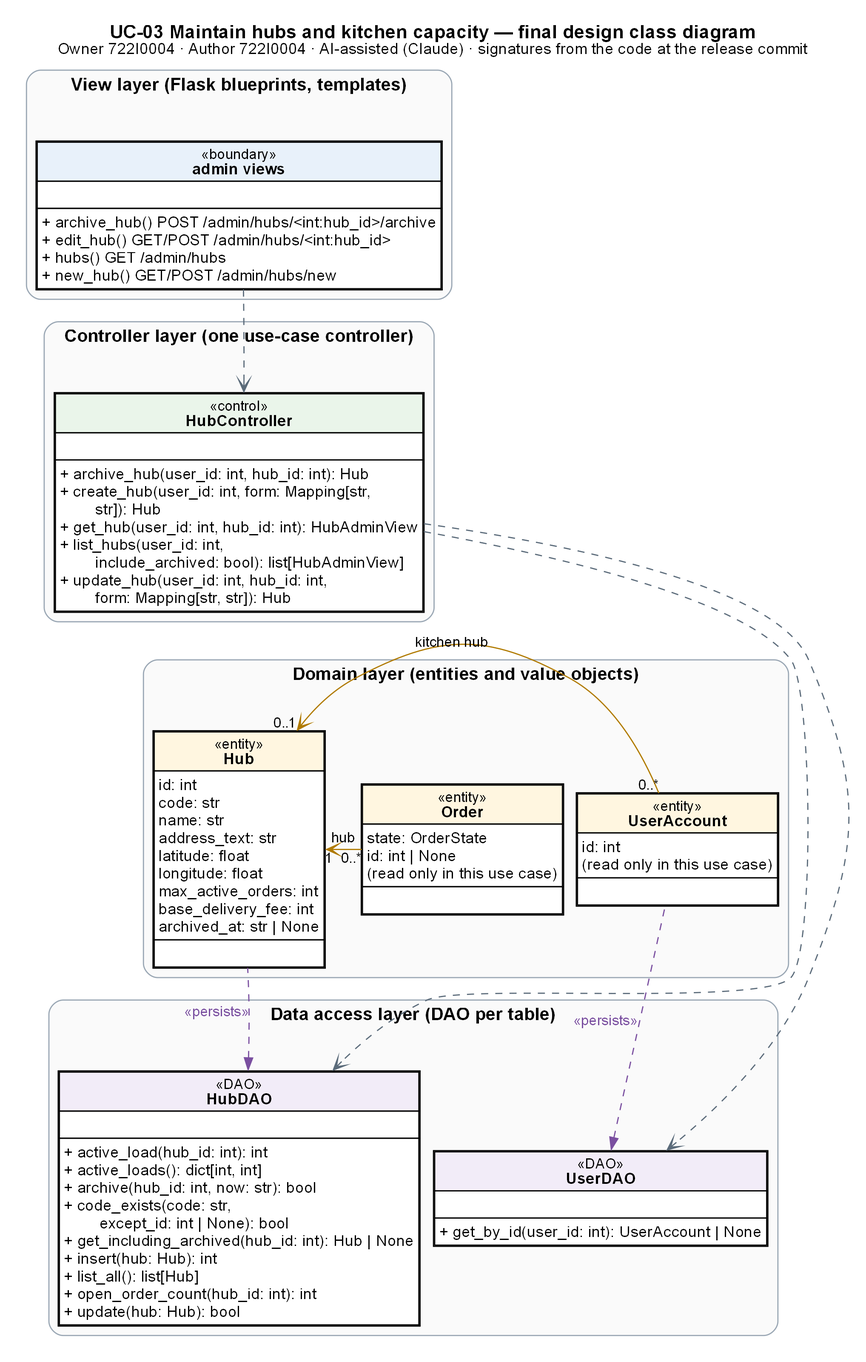
Before: models/UC-03/dcd_uc03_final_overview.png, a diagram exported from Graphviz (Dat071104/SaigonBite). Its source is kept beside it as models/UC-03/dcd_uc03_final_overview.dot. Source of this version:
```dot
digraph G {
graph [rankdir=TB, nodesep=0.15, ranksep=0.5, fontname="Arial", fontsize=16, pad=0.2, dpi=200];
node [shape=plain, fontname="Arial", fontsize=13];
edge [fontname="Arial", fontsize=12];
labelloc="t"; label=<<B>UC-03 Maintain hubs and kitchen capacity — final design class diagram</B><BR/><FONT POINT-SIZE="13">Owner 722I0004 · Author 722I0004 · AI-assisted (Claude) · signatures from the code at the release commit</FONT>>;
subgraph cluster_view { label=<<B>View layer (Flask blueprints, templates)</B>>; style="rounded,filled"; fillcolor="#FAFAFA"; color="#9AA7B4"; fontsize=15;
  { rank=same; "bp_admin"; }
  "bp_admin" [label=<<TABLE BORDER="1" CELLBORDER="1" CELLSPACING="0" CELLPADDING="3" BGCOLOR="white"><TR><TD BGCOLOR="#E8F1FA" BALIGN="CENTER"><FONT POINT-SIZE="12">«boundary»</FONT><BR/><B>admin views</B></TD></TR><TR><TD ALIGN="LEFT" BALIGN="LEFT"> </TD></TR><TR><TD ALIGN="LEFT" BALIGN="LEFT">+ archive_hub() POST /admin/hubs/&lt;int:hub_id&gt;/archive<BR ALIGN="LEFT"/>+ edit_hub() GET/POST /admin/hubs/&lt;int:hub_id&gt;<BR ALIGN="LEFT"/>+ hubs() GET /admin/hubs<BR ALIGN="LEFT"/>+ new_hub() GET/POST /admin/hubs/new<BR ALIGN="LEFT"/></TD></TR></TABLE>>];
}
subgraph cluster_controller { label=<<B>Controller layer (one use-case controller)</B>>; style="rounded,filled"; fillcolor="#FAFAFA"; color="#9AA7B4"; fontsize=15;
  { rank=same; "HubController"; }
  "HubController" [label=<<TABLE BORDER="1" CELLBORDER="1" CELLSPACING="0" CELLPADDING="3" BGCOLOR="white"><TR><TD BGCOLOR="#EAF5EA" BALIGN="CENTER"><FONT POINT-SIZE="12">«control»</FONT><BR/><B>HubController</B></TD></TR><TR><TD ALIGN="LEFT" BALIGN="LEFT"> </TD></TR><TR><TD ALIGN="LEFT" BALIGN="LEFT">+ archive_hub(user_id: int, hub_id: int): Hub<BR ALIGN="LEFT"/>+ create_hub(user_id: int, form: Mapping[str,<BR ALIGN="LEFT"/>        str]): Hub<BR ALIGN="LEFT"/>+ get_hub(user_id: int, hub_id: int): HubAdminView<BR ALIGN="LEFT"/>+ list_hubs(user_id: int,<BR ALIGN="LEFT"/>        include_archived: bool): list[HubAdminView]<BR ALIGN="LEFT"/>+ update_hub(user_id: int, hub_id: int,<BR ALIGN="LEFT"/>        form: Mapping[str, str]): Hub<BR ALIGN="LEFT"/></TD></TR></TABLE>>];
}
subgraph cluster_domain { label=<<B>Domain layer (entities and value objects)</B>>; style="rounded,filled"; fillcolor="#FAFAFA"; color="#9AA7B4"; fontsize=15;
  { rank=same; "Hub"; "Order"; "UserAccount"; }
  "Hub" [label=<<TABLE BORDER="1" CELLBORDER="1" CELLSPACING="0" CELLPADDING="3" BGCOLOR="white"><TR><TD BGCOLOR="#FFF6E0" BALIGN="CENTER"><FONT POINT-SIZE="12">«entity»</FONT><BR/><B>Hub</B></TD></TR><TR><TD ALIGN="LEFT" BALIGN="LEFT">id: int<BR ALIGN="LEFT"/>code: str<BR ALIGN="LEFT"/>name: str<BR ALIGN="LEFT"/>address_text: str<BR ALIGN="LEFT"/>latitude: float<BR ALIGN="LEFT"/>longitude: float<BR ALIGN="LEFT"/>max_active_orders: int<BR ALIGN="LEFT"/>base_delivery_fee: int<BR ALIGN="LEFT"/>archived_at: str | None<BR ALIGN="LEFT"/></TD></TR><TR><TD ALIGN="LEFT" BALIGN="LEFT"> </TD></TR></TABLE>>];
  "Order" [label=<<TABLE BORDER="1" CELLBORDER="1" CELLSPACING="0" CELLPADDING="3" BGCOLOR="white"><TR><TD BGCOLOR="#FFF6E0" BALIGN="CENTER"><FONT POINT-SIZE="12">«entity»</FONT><BR/><B>Order</B></TD></TR><TR><TD ALIGN="LEFT" BALIGN="LEFT">state: OrderState<BR ALIGN="LEFT"/>id: int | None<BR ALIGN="LEFT"/>(read only in this use case)<BR ALIGN="LEFT"/></TD></TR><TR><TD ALIGN="LEFT" BALIGN="LEFT"> </TD></TR></TABLE>>];
  "UserAccount" [label=<<TABLE BORDER="1" CELLBORDER="1" CELLSPACING="0" CELLPADDING="3" BGCOLOR="white"><TR><TD BGCOLOR="#FFF6E0" BALIGN="CENTER"><FONT POINT-SIZE="12">«entity»</FONT><BR/><B>UserAccount</B></TD></TR><TR><TD ALIGN="LEFT" BALIGN="LEFT">id: int<BR ALIGN="LEFT"/>(read only in this use case)<BR ALIGN="LEFT"/></TD></TR><TR><TD ALIGN="LEFT" BALIGN="LEFT"> </TD></TR></TABLE>>];
}
subgraph cluster_dao { label=<<B>Data access layer (DAO per table)</B>>; style="rounded,filled"; fillcolor="#FAFAFA"; color="#9AA7B4"; fontsize=15;
  { rank=same; "HubDAO"; "UserDAO"; }
  "HubDAO" [label=<<TABLE BORDER="1" CELLBORDER="1" CELLSPACING="0" CELLPADDING="3" BGCOLOR="white"><TR><TD BGCOLOR="#F2ECF8" BALIGN="CENTER"><FONT POINT-SIZE="12">«DAO»</FONT><BR/><B>HubDAO</B></TD></TR><TR><TD ALIGN="LEFT" BALIGN="LEFT"> </TD></TR><TR><TD ALIGN="LEFT" BALIGN="LEFT">+ active_load(hub_id: int): int<BR ALIGN="LEFT"/>+ active_loads(): dict[int, int]<BR ALIGN="LEFT"/>+ archive(hub_id: int, now: str): bool<BR ALIGN="LEFT"/>+ code_exists(code: str,<BR ALIGN="LEFT"/>        except_id: int | None): bool<BR ALIGN="LEFT"/>+ get_including_archived(hub_id: int): Hub | None<BR ALIGN="LEFT"/>+ insert(hub: Hub): int<BR ALIGN="LEFT"/>+ list_all(): list[Hub]<BR ALIGN="LEFT"/>+ open_order_count(hub_id: int): int<BR ALIGN="LEFT"/>+ update(hub: Hub): bool<BR ALIGN="LEFT"/></TD></TR></TABLE>>];
  "UserDAO" [label=<<TABLE BORDER="1" CELLBORDER="1" CELLSPACING="0" CELLPADDING="3" BGCOLOR="white"><TR><TD BGCOLOR="#F2ECF8" BALIGN="CENTER"><FONT POINT-SIZE="12">«DAO»</FONT><BR/><B>UserDAO</B></TD></TR><TR><TD ALIGN="LEFT" BALIGN="LEFT"> </TD></TR><TR><TD ALIGN="LEFT" BALIGN="LEFT">+ get_by_id(user_id: int): UserAccount | None<BR ALIGN="LEFT"/></TD></TR></TABLE>>];
}
"bp_admin" -> "HubController" [style=invis, weight=5];
"HubController" -> "Hub" [style=invis, weight=5];
"Hub" -> "HubDAO" [style=invis, weight=5];
"HubController" -> "HubDAO" [style=dashed, arrowhead=vee, color="#5B6B7A"];
"HubController" -> "UserDAO" [style=dashed, arrowhead=vee, color="#5B6B7A"];
"bp_admin" -> "HubController" [style=dashed, arrowhead=vee, color="#5B6B7A"];
"HubDAO" -> "Hub" [style=dashed, arrowhead=vee, dir=back, color="#7A4FA0", xlabel="«persists»", fontcolor="#7A4FA0", constraint=false];
"UserDAO" -> "UserAccount" [style=dashed, arrowhead=vee, dir=back, color="#7A4FA0", xlabel="«persists»", fontcolor="#7A4FA0", constraint=false];
"Order" -> "Hub" [arrowhead=vee, dir=both, arrowtail=none, taillabel="0..*", headlabel="1", label="hub", color="#B07A00", constraint=false];
"UserAccount" -> "Hub" [arrowhead=vee, dir=both, arrowtail=none, taillabel="0..*", headlabel="0..1", label="kitchen hub", color="#B07A00", constraint=false];
}
```
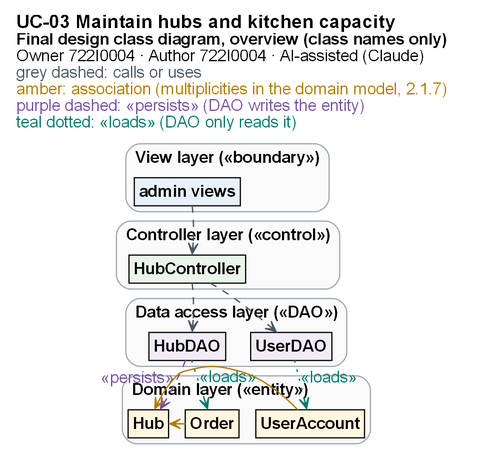
After the change.

What changed in the source:
```diff
@@ -1,35 +1,36 @@
 digraph G {
-graph [rankdir=TB, nodesep=0.15, ranksep=0.5, fontname="Arial", fontsize=16, pad=0.2, dpi=200];
-node [shape=plain, fontname="Arial", fontsize=13];
-edge [fontname="Arial", fontsize=12];
-labelloc="t"; label=<<B>UC-03 Maintain hubs and kitchen capacity — final design class diagram</B><BR/><FONT POINT-SIZE="13">Owner 722I0004 · Author 722I0004 · AI-assisted (Claude) · signatures from the code at the release commit</FONT>>;
-subgraph cluster_view { label=<<B>View layer (Flask blueprints, templates)</B>>; style="rounded,filled"; fillcolor="#FAFAFA"; color="#9AA7B4"; fontsize=15;
+graph [rankdir=TB, nodesep=0.2, ranksep=0.34, fontname="Arial", fontsize=14, pad=0.08, dpi=200, newrank=true];
+node [shape=plain, fontname="Arial", fontsize=14];
+edge [fontname="Arial", fontsize=14, arrowsize=0.9, penwidth=1.1];
+labelloc="t"; labeljust="l"; label=<<B><FONT POINT-SIZE="16">UC-03 Maintain hubs and kitchen capacity</FONT></B><BR ALIGN="LEFT"/><B><FONT POINT-SIZE="14">Final design class diagram, overview (class names only)</FONT></B><BR ALIGN="LEFT"/><FONT POINT-SIZE="14">Owner 722I0004 · Author 722I0004 · AI-assisted (Claude)</FONT><BR ALIGN="LEFT"/><FONT POINT-SIZE="14" COLOR="#4A5663">grey dashed: calls or uses</FONT>    <BR ALIGN="LEFT"/><FONT POINT-SIZE="14" COLOR="#B07A00">amber: association (multiplicities in the domain model, 2.1.7)</FONT>    <BR ALIGN="LEFT"/><FONT POINT-SIZE="14" COLOR="#7A4FA0">purple dashed: «persists» (DAO writes the entity)</FONT>    <BR ALIGN="LEFT"/><FONT POINT-SIZE="14" COLOR="#00796B">teal dotted: «loads» (DAO only reads it)</FONT>    <BR ALIGN="LEFT"/>>;
+subgraph cluster_view { label=<<B>View layer («boundary»)</B>>; labeljust="l"; style="rounded,filled"; fillcolor="#FAFAFA"; color="#9AA7B4"; fontsize=14; margin=5;
   { rank=same; "bp_admin"; }
-  "bp_admin" [label=<<TABLE BORDER="1" CELLBORDER="1" CELLSPACING="0" CELLPADDING="3" BGCOLOR="white"><TR><TD BGCOLOR="#E8F1FA" BALIGN="CENTER"><FONT POINT-SIZE="12">«boundary»</FONT><BR/><B>admin views</B></TD></TR><TR><TD ALIGN="LEFT" BALIGN="LEFT"> </TD></TR><TR><TD ALIGN="LEFT" BALIGN="LEFT">+ archive_hub() POST /admin/hubs/&lt;int:hub_id&gt;/archive<BR ALIGN="LEFT"/>+ edit_hub() GET/POST /admin/hubs/&lt;int:hub_id&gt;<BR ALIGN="LEFT"/>+ hubs() GET /admin/hubs<BR ALIGN="LEFT"/>+ new_hub() GET/POST /admin/hubs/new<BR ALIGN="LEFT"/></TD></TR></TABLE>>];
+  "bp_admin" [label=<<TABLE BORDER="1" CELLBORDER="0" CELLSPACING="0" CELLPADDING="3" BGCOLOR="#E8F1FA"><TR><TD><FONT POINT-SIZE="14"><B>admin views</B></FONT></TD></TR></TABLE>>];
 }
-subgraph cluster_controller { label=<<B>Controller layer (one use-case controller)</B>>; style="rounded,filled"; fillcolor="#FAFAFA"; color="#9AA7B4"; fontsize=15;
+subgraph cluster_controller { label=<<B>Controller layer («control»)</B>>; labeljust="l"; style="rounded,filled"; fillcolor="#FAFAFA"; color="#9AA7B4"; fontsize=14; margin=5;
   { rank=same; "HubController"; }
-  "HubController" [label=<<TABLE BORDER="1" CELLBORDER="1" CELLSPACING="0" CELLPADDING="3" BGCOLOR="white"><TR><TD BGCOLOR="#EAF5EA" BALIGN="CENTER"><FONT POINT-SIZE="12">«control»</FONT><BR/><B>HubController</B></TD></TR><TR><TD ALIGN="LEFT" BALIGN="LEFT"> </TD></TR><TR><TD ALIGN="LEFT" BALIGN="LEFT">+ archive_hub(user_id: int, hub_id: int): Hub<BR ALIGN="LEFT"/>+ create_hub(user_id: int, form: Mapping[str,<BR ALIGN="LEFT"/>        str]): Hub<BR ALIGN="LEFT"/>+ get_hub(user_id: int, hub_id: int): HubAdminView<BR ALIGN="LEFT"/>+ list_hubs(user_id: int,<BR ALIGN="LEFT"/>        include_archived: bool): list[HubAdminView]<BR ALIGN="LEFT"/>+ update_hub(user_id: int, hub_id: int,<BR ALIGN="LEFT"/>        form: Mapping[str, str]): Hub<BR ALIGN="LEFT"/></TD></TR></TABLE>>];
+  "HubController" [label=<<TABLE BORDER="1" CELLBORDER="0" CELLSPACING="0" CELLPADDING="3" BGCOLOR="#EAF5EA"><TR><TD><FONT POINT-SIZE="14"><B>HubController</B></FONT></TD></TR></TABLE>>];
 }
-subgraph cluster_domain { label=<<B>Domain layer (entities and value objects)</B>>; style="rounded,filled"; fillcolor="#FAFAFA"; color="#9AA7B4"; fontsize=15;
+"bp_admin" -> "HubController" [style=invis];
+subgraph cluster_dao { label=<<B>Data access layer («DAO»)</B>>; labeljust="l"; style="rounded,filled"; fillcolor="#FAFAFA"; color="#9AA7B4"; fontsize=14; margin=5;
+  { rank=same; "HubDAO"; "UserDAO"; }
+  "HubDAO" [label=<<TABLE BORDER="1" CELLBORDER="0" CELLSPACING="0" CELLPADDING="3" BGCOLOR="#F2ECF8"><TR><TD><FONT POINT-SIZE="14"><B>HubDAO</B></FONT></TD></TR></TABLE>>];
+  "UserDAO" [label=<<TABLE BORDER="1" CELLBORDER="0" CELLSPACING="0" CELLPADDING="3" BGCOLOR="#F2ECF8"><TR><TD><FONT POINT-SIZE="14"><B>UserDAO</B></FONT></TD></TR></TABLE>>];
+}
+"HubController" -> "HubDAO" [style=invis];
+subgraph cluster_domain { label=<<B>Domain layer («entity»)</B>>; labeljust="l"; style="rounded,filled"; fillcolor="#FAFAFA"; color="#9AA7B4"; fontsize=14; margin=5;
   { rank=same; "Hub"; "Order"; "UserAccount"; }
-  "Hub" [label=<<TABLE BORDER="1" CELLBORDER="1" CELLSPACING="0" CELLPADDING="3" BGCOLOR="white"><TR><TD BGCOLOR="#FFF6E0" BALIGN="CENTER"><FONT POINT-SIZE="12">«entity»</FONT><BR/><B>Hub</B></TD></TR><TR><TD ALIGN="LEFT" BALIGN="LEFT">id: int<BR ALIGN="LEFT"/>code: str<BR ALIGN="LEFT"/>name: str<BR ALIGN="LEFT"/>address_text: str<BR ALIGN="LEFT"/>latitude: float<BR ALIGN="LEFT"/>longitude: float<BR ALIGN="LEFT"/>max_active_orders: int<BR ALIGN="LEFT"/>base_delivery_fee: int<BR ALIGN="LEFT"/>archived_at: str | None<BR ALIGN="LEFT"/></TD></TR><TR><TD ALIGN="LEFT" BALIGN="LEFT"> </TD></TR></TABLE>>];
-  "Order" [label=<<TABLE BORDER="1" CELLBORDER="1" CELLSPACING="0" CELLPADDING="3" BGCOLOR="white"><TR><TD BGCOLOR="#FFF6E0" BALIGN="CENTER"><FONT POINT-SIZE="12">«entity»</FONT><BR/><B>Order</B></TD></TR><TR><TD ALIGN="LEFT" BALIGN="LEFT">state: OrderState<BR ALIGN="LEFT"/>id: int | None<BR ALIGN="LEFT"/>(read only in this use case)<BR ALIGN="LEFT"/></TD></TR><TR><TD ALIGN="LEFT" BALIGN="LEFT"> </TD></TR></TABLE>>];
-  "UserAccount" [label=<<TABLE BORDER="1" CELLBORDER="1" CELLSPACING="0" CELLPADDING="3" BGCOLOR="white"><TR><TD BGCOLOR="#FFF6E0" BALIGN="CENTER"><FONT POINT-SIZE="12">«entity»</FONT><BR/><B>UserAccount</B></TD></TR><TR><TD ALIGN="LEFT" BALIGN="LEFT">id: int<BR ALIGN="LEFT"/>(read only in this use case)<BR ALIGN="LEFT"/></TD></TR><TR><TD ALIGN="LEFT" BALIGN="LEFT"> </TD></TR></TABLE>>];
+  "Hub" [label=<<TABLE BORDER="1" CELLBORDER="0" CELLSPACING="0" CELLPADDING="3" BGCOLOR="#FFF6E0"><TR><TD><FONT POINT-SIZE="14"><B>Hub</B></FONT></TD></TR></TABLE>>];
+  "Order" [label=<<TABLE BORDER="1" CELLBORDER="0" CELLSPACING="0" CELLPADDING="3" BGCOLOR="#FFF6E0"><TR><TD><FONT POINT-SIZE="14"><B>Order</B></FONT></TD></TR></TABLE>>];
+  "UserAccount" [label=<<TABLE BORDER="1" CELLBORDER="0" CELLSPACING="0" CELLPADDING="3" BGCOLOR="#FFF6E0"><TR><TD><FONT POINT-SIZE="14"><B>UserAccount</B></FONT></TD></TR></TABLE>>];
 }
-subgraph cluster_dao { label=<<B>Data access layer (DAO per table)</B>>; style="rounded,filled"; fillcolor="#FAFAFA"; color="#9AA7B4"; fontsize=15;
-  { rank=same; "HubDAO"; "UserDAO"; }
-  "HubDAO" [label=<<TABLE BORDER="1" CELLBORDER="1" CELLSPACING="0" CELLPADDING="3" BGCOLOR="white"><TR><TD BGCOLOR="#F2ECF8" BALIGN="CENTER"><FONT POINT-SIZE="12">«DAO»</FONT><BR/><B>HubDAO</B></TD></TR><TR><TD ALIGN="LEFT" BALIGN="LEFT"> </TD></TR><TR><TD ALIGN="LEFT" BALIGN="LEFT">+ active_load(hub_id: int): int<BR ALIGN="LEFT"/>+ active_loads(): dict[int, int]<BR ALIGN="LEFT"/>+ archive(hub_id: int, now: str): bool<BR ALIGN="LEFT"/>+ code_exists(code: str,<BR ALIGN="LEFT"/>        except_id: int | None): bool<BR ALIGN="LEFT"/>+ get_including_archived(hub_id: int): Hub | None<BR ALIGN="LEFT"/>+ insert(hub: Hub): int<BR ALIGN="LEFT"/>+ list_all(): list[Hub]<BR ALIGN="LEFT"/>+ open_order_count(hub_id: int): int<BR ALIGN="LEFT"/>+ update(hub: Hub): bool<BR ALIGN="LEFT"/></TD></TR></TABLE>>];
-  "UserDAO" [label=<<TABLE BORDER="1" CELLBORDER="1" CELLSPACING="0" CELLPADDING="3" BGCOLOR="white"><TR><TD BGCOLOR="#F2ECF8" BALIGN="CENTER"><FONT POINT-SIZE="12">«DAO»</FONT><BR/><B>UserDAO</B></TD></TR><TR><TD ALIGN="LEFT" BALIGN="LEFT"> </TD></TR><TR><TD ALIGN="LEFT" BALIGN="LEFT">+ get_by_id(user_id: int): UserAccount | None<BR ALIGN="LEFT"/></TD></TR></TABLE>>];
+"HubDAO" -> "Hub" [style=invis];
+"HubController" -> "HubDAO" [style=dashed, arrowhead=vee, color="#4A5663"];
+"HubController" -> "UserDAO" [style=dashed, arrowhead=vee, color="#4A5663"];
+"HubDAO" -> "Hub" [style=dashed, arrowhead=vee, color="#7A4FA0", fontcolor="#7A4FA0", xlabel="«persists»"];
+"HubDAO" -> "Order" [style=dotted, arrowhead=vee, color="#00796B", fontcolor="#00796B", xlabel="«loads»"];
+"UserDAO" -> "UserAccount" [style=dotted, arrowhead=vee, color="#00796B", fontcolor="#00796B", xlabel="«loads»"];
+"bp_admin" -> "HubController" [style=dashed, arrowhead=vee, color="#4A5663"];
+"Order" -> "Hub" [arrowhead=vee, dir=both, arrowtail=none, color="#B07A00", fontcolor="#B07A00", constraint=false];
+"UserAccount" -> "Hub" [arrowhead=vee, dir=both, arrowtail=none, color="#B07A00", fontcolor="#B07A00", constraint=false];
 }
-"bp_admin" -> "HubController" [style=invis, weight=5];
-"HubController" -> "Hub" [style=invis, weight=5];
-"Hub" -> "HubDAO" [style=invis, weight=5];
-"HubController" -> "HubDAO" [style=dashed, arrowhead=vee, color="#5B6B7A"];
-"HubController" -> "UserDAO" [style=dashed, arrowhead=vee, color="#5B6B7A"];
-"bp_admin" -> "HubController" [style=dashed, arrowhead=vee, color="#5B6B7A"];
-"HubDAO" -> "Hub" [style=dashed, arrowhead=vee, dir=back, color="#7A4FA0", xlabel="«persists»", fontcolor="#7A4FA0", constraint=false];
-"UserDAO" -> "UserAccount" [style=dashed, arrowhead=vee, dir=back, color="#7A4FA0", xlabel="«persists»", fontcolor="#7A4FA0", constraint=false];
-"Order" -> "Hub" [arrowhead=vee, dir=both, arrowtail=none, taillabel="0..*", headlabel="1", label="hub", color="#B07A00", constraint=false];
-"UserAccount" -> "Hub" [arrowhead=vee, dir=both, arrowtail=none, taillabel="0..*", headlabel="0..1", label="kitchen hub", color="#B07A00", constraint=false];
-}
```
